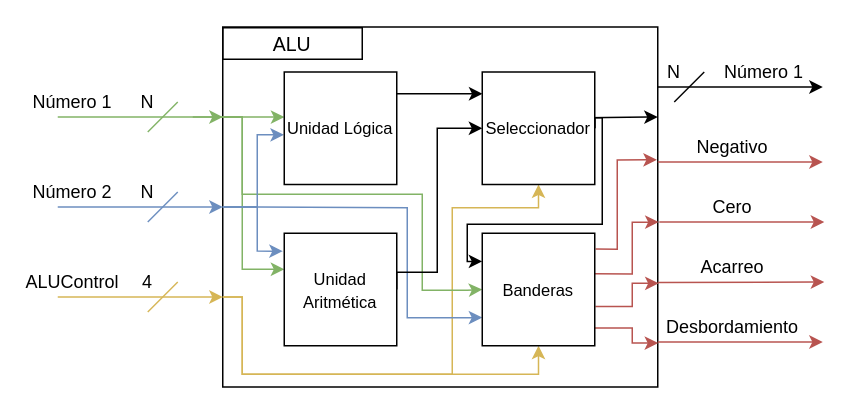
Earlier version of the draw.io diagram page "Segundo Nivel" (2 of 3) of ALU/Diagramas/Diagramas.drawio (m-herrera/Digital-Design-Workshop). Source tidied: cells renumbered, new cells numbered last; positions are measured from the earlier drawing's top-left corner, leaving out a move shared by most shapes. Both pictures are drawn from the tidied source at 150%, with x=0, y=0 at pixel (27, 26).
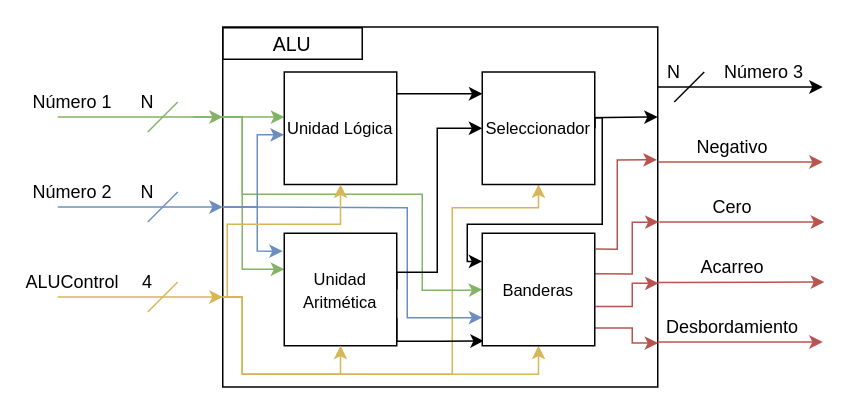
After the change.

The change refers to these unchanged cells:
```xml
<mxCell id="2" style="rounded=0;whiteSpace=wrap;html=1;" parent="1" vertex="1">
  <mxGeometry x="130" y="0.5" width="290" height="240" as="geometry" />
</mxCell>
<mxCell id="37" value="&lt;font style=&quot;font-size: 11px&quot;&gt;Unidad Lógica&lt;/font&gt;" style="whiteSpace=wrap;html=1;" parent="1" vertex="1">
  <mxGeometry x="171" y="30.5" width="75" height="75" as="geometry" />
</mxCell>
<mxCell id="39" value="&lt;font style=&quot;font-size: 11px&quot;&gt;Unidad Aritmética&lt;/font&gt;" style="whiteSpace=wrap;html=1;" parent="1" vertex="1">
  <mxGeometry x="171" y="138" width="75" height="75" as="geometry" />
</mxCell>
<mxCell id="47" value="&lt;font style=&quot;font-size: 11px&quot;&gt;Banderas&lt;/font&gt;" style="whiteSpace=wrap;html=1;" parent="1" vertex="1">
  <mxGeometry x="303" y="138" width="75" height="75" as="geometry" />
</mxCell>
```

What changed in the source:
```diff
@@
-    <mxCell id="25" value="Número 1" style="text;html=1;strokeColor=none;fillColor=none;align=center;verticalAlign=middle;whiteSpace=wrap;rounded=0;" parent="1" vertex="1">
+    <mxCell id="25" value="Número 3" style="text;html=1;strokeColor=none;fillColor=none;align=center;verticalAlign=middle;whiteSpace=wrap;rounded=0;" parent="1" vertex="1">
       <mxGeometry x="461" y="20.5" width="60" height="20" as="geometry" />
     </mxCell>
@@
+    <mxCell id="48" style="edgeStyle=orthogonalEdgeStyle;rounded=0;jettySize=auto;html=1;exitX=1;exitY=0.75;exitDx=0;exitDy=0;entryX=0.014;entryY=0.957;entryDx=0;entryDy=0;entryPerimeter=0;" parent="1" edge="1" source="39" target="47">
+      <mxGeometry relative="1" as="geometry">
+        <Array as="points">
+          <mxPoint x="246" y="210" />
+          <mxPoint x="275" y="210" />
+        </Array>
+      </mxGeometry>
+    </mxCell>
@@
+    <mxCell id="49" style="edgeStyle=orthogonalEdgeStyle;rounded=0;jettySize=auto;html=1;exitX=0;exitY=0.75;exitDx=0;exitDy=0;entryX=0.5;entryY=1;entryDx=0;entryDy=0;fillColor=#fff2cc;strokeColor=#d6b656;" parent="1" edge="1" source="2" target="37">
+      <mxGeometry relative="1" as="geometry">
+        <Array as="points">
+          <mxPoint x="133" y="181" />
+          <mxPoint x="133" y="132" />
+          <mxPoint x="209" y="132" />
+        </Array>
+      </mxGeometry>
+    </mxCell>
+    <mxCell id="50" style="edgeStyle=orthogonalEdgeStyle;rounded=0;jettySize=auto;html=1;exitX=0;exitY=0.75;exitDx=0;exitDy=0;entryX=0.5;entryY=1;entryDx=0;entryDy=0;fillColor=#fff2cc;strokeColor=#d6b656;" parent="1" edge="1" source="2" target="39">
+      <mxGeometry relative="1" as="geometry">
+        <Array as="points">
+          <mxPoint x="143" y="181" />
+          <mxPoint x="143" y="232" />
+          <mxPoint x="209" y="232" />
+        </Array>
+      </mxGeometry>
+    </mxCell>
```
